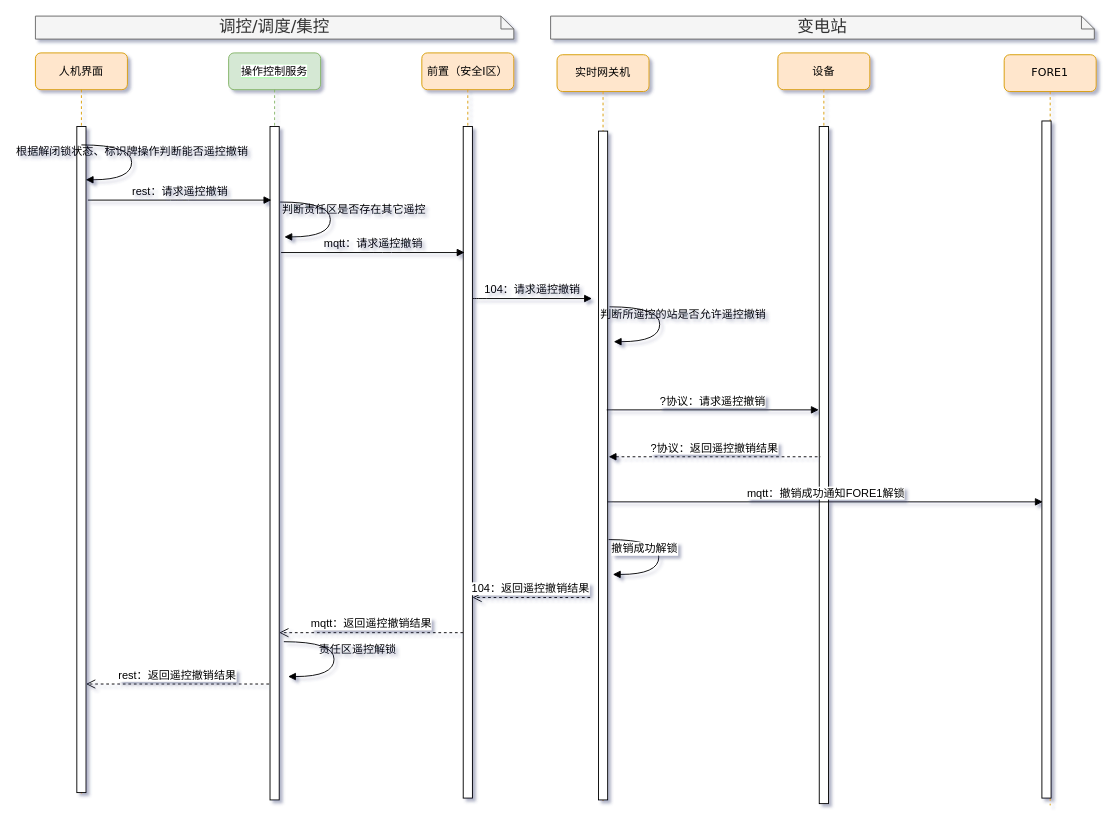
Earlier version of the draw.io diagram page "集控站遥控撤销" (4 of 8) of 操作与控制.drawio (qwe995272801/taowenxiang). Source tidied: cells renumbered, new cells numbered last; positions are measured from the earlier drawing's top-left corner, leaving out a move shared by most shapes. Both pictures are drawn from the tidied source at 92%, with x=0, y=0 at pixel (35, 16).
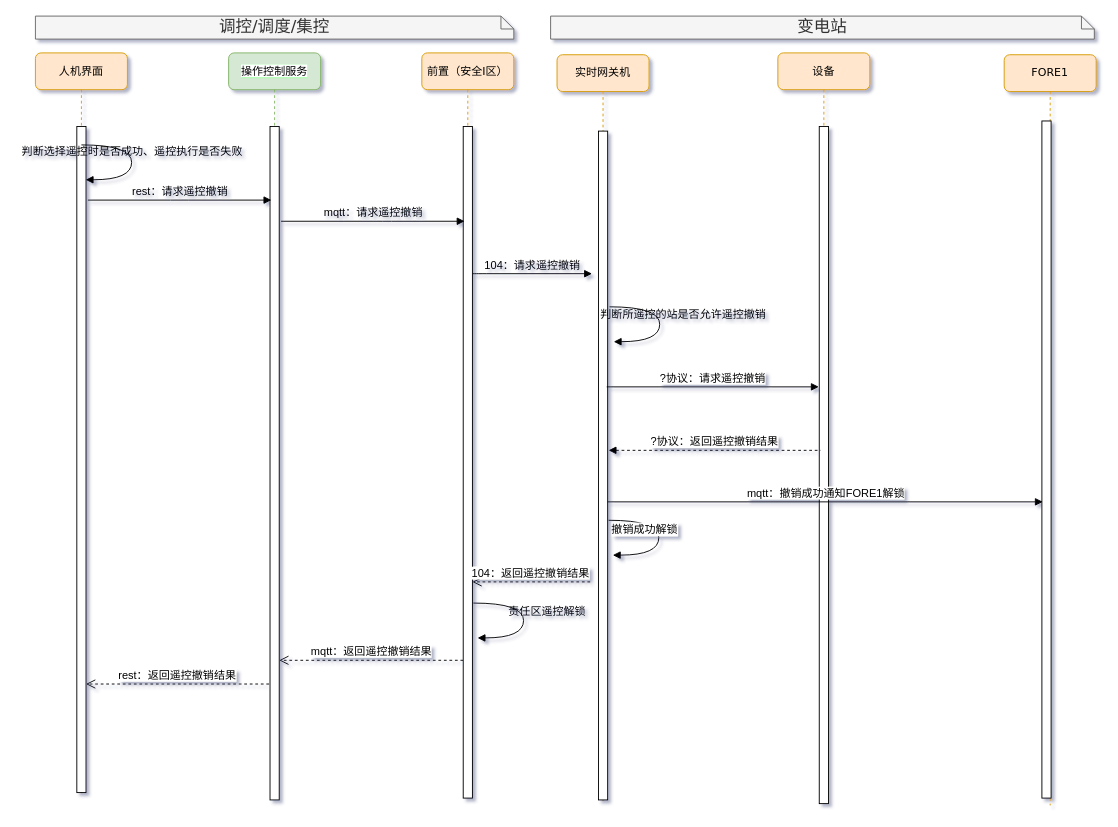
Above is the later version.

The change refers to these unchanged cells:
```xml
<mxCell id="2" value="&lt;span style=&quot;background-color: rgb(255 , 255 , 255)&quot;&gt;操作控制服务&lt;/span&gt;" style="shape=umlLifeline;perimeter=lifelinePerimeter;whiteSpace=wrap;html=1;rounded=1;shadow=0;comic=0;labelBackgroundColor=#99FF99;strokeWidth=1;fontFamily=Verdana;fontSize=12;align=center;fillColor=#d5e8d4;strokeColor=#82b366;" parent="1" vertex="1">
  <mxGeometry x="210" y="40" width="100" height="812" as="geometry" />
</mxCell>
```

Diff of the diagram source:
```diff
@@
     <mxCell id="4" value="mqtt：返回遥控撤销结果" style="html=1;verticalAlign=bottom;endArrow=open;dashed=1;endSize=8;fontFamily=Helvetica;entryX=1;entryY=0.81;entryDx=0;entryDy=0;entryPerimeter=0;fontSize=12;" parent="2" edge="1">
       <mxGeometry relative="1" as="geometry">
-        <mxPoint x="255" y="630.2" as="sourcePoint" />
-        <mxPoint x="55" y="630.2" as="targetPoint" />
+        <mxPoint x="255" y="660.2" as="sourcePoint" />
+        <mxPoint x="55" y="660.2" as="targetPoint" />
       </mxGeometry>
     </mxCell>
@@
     <mxCell id="9" value="104：请求遥控撤销" style="html=1;verticalAlign=bottom;endArrow=block;labelBackgroundColor=none;fontFamily=Helvetica;fontSize=12;edgeStyle=elbowEdgeStyle;elbow=vertical;" parent="1" edge="1">
       <mxGeometry relative="1" as="geometry">
-        <mxPoint x="475" y="307" as="sourcePoint" />
-        <mxPoint x="605" y="307" as="targetPoint" />
+        <mxPoint x="475" y="280" as="sourcePoint" />
+        <mxPoint x="605" y="280" as="targetPoint" />
         <Array as="points">
-          <mxPoint x="480" y="307" />
+          <mxPoint x="480" y="280" />
         </Array>
       </mxGeometry>
     </mxCell>
@@
     <mxCell id="14" value="104：返回遥控撤销结果" style="html=1;verticalAlign=bottom;endArrow=open;dashed=1;endSize=8;fontFamily=Helvetica;entryX=1.2;entryY=0.9;entryDx=0;entryDy=0;entryPerimeter=0;fontSize=12;" parent="1" edge="1">
       <mxGeometry x="0.02" relative="1" as="geometry">
-        <mxPoint x="603" y="632" as="sourcePoint" />
-        <mxPoint x="475" y="632" as="targetPoint" />
+        <mxPoint x="603" y="615" as="sourcePoint" />
+        <mxPoint x="475" y="615" as="targetPoint" />
       </mxGeometry>
     </mxCell>
     <mxCell id="15" value="mqtt：请求遥控撤销" style="html=1;verticalAlign=bottom;endArrow=block;labelBackgroundColor=none;fontFamily=Helvetica;fontSize=12;edgeStyle=elbowEdgeStyle;elbow=vertical;" parent="1" edge="1">
       <mxGeometry relative="1" as="geometry">
-        <mxPoint x="267" y="257" as="sourcePoint" />
-        <mxPoint x="466.5" y="257" as="targetPoint" />
+        <mxPoint x="267" y="223" as="sourcePoint" />
+        <mxPoint x="466.5" y="223" as="targetPoint" />
         <Array as="points">
-          <mxPoint x="377" y="257" />
-          <mxPoint x="217" y="307" />
-          <mxPoint x="207" y="307" />
+          <mxPoint x="377" y="223" />
+          <mxPoint x="217" y="273" />
+          <mxPoint x="207" y="273" />
         </Array>
       </mxGeometry>
     </mxCell>
-    <mxCell id="16" value="根据解闭锁状态、标识牌操作判断能否遥控撤销" style="html=1;verticalAlign=bottom;endArrow=block;labelBackgroundColor=none;fontFamily=Verdana;fontSize=12;elbow=vertical;edgeStyle=orthogonalEdgeStyle;curved=1;entryX=1;entryY=0.286;entryPerimeter=0;exitX=1.038;exitY=0.345;exitPerimeter=0;" parent="1" edge="1">
+    <mxCell id="16" value="判断选择遥控时是否成功、遥控执行是否失败" style="html=1;verticalAlign=bottom;endArrow=block;labelBackgroundColor=none;fontFamily=Verdana;fontSize=12;elbow=vertical;edgeStyle=orthogonalEdgeStyle;curved=1;entryX=1;entryY=0.286;entryPerimeter=0;exitX=1.038;exitY=0.345;exitPerimeter=0;" parent="1" edge="1">
       <mxGeometry relative="1" as="geometry">
         <mxPoint x="50" y="140" as="sourcePoint" />
         <mxPoint x="54.6" y="177.9" as="targetPoint" />
         <Array as="points">
           <mxPoint x="104.6" y="139.9" />
           <mxPoint x="104.6" y="177.9" />
         </Array>
       </mxGeometry>
     </mxCell>
-    <mxCell id="17" value="判断责任区是否存在其它遥控" style="html=1;verticalAlign=bottom;endArrow=block;labelBackgroundColor=none;fontFamily=Verdana;fontSize=12;elbow=vertical;edgeStyle=orthogonalEdgeStyle;curved=1;entryX=1;entryY=0.286;entryPerimeter=0;exitX=1.038;exitY=0.345;exitPerimeter=0;" parent="1" edge="1">
-      <mxGeometry x="0.02" y="25" relative="1" as="geometry">
-        <mxPoint x="266" y="202.1" as="sourcePoint" />
-        <mxPoint x="270.6" y="240" as="targetPoint" />
-        <Array as="points">
-          <mxPoint x="320.6" y="202" />
-          <mxPoint x="320.6" y="240" />
-        </Array>
-      </mxGeometry>
-    </mxCell>
     <mxCell id="18" value="责任区遥控解锁" style="html=1;verticalAlign=bottom;endArrow=block;labelBackgroundColor=none;fontFamily=Verdana;fontSize=12;elbow=vertical;edgeStyle=orthogonalEdgeStyle;curved=1;entryX=1;entryY=0.286;entryPerimeter=0;exitX=1.038;exitY=0.345;exitPerimeter=0;" parent="1" edge="1">
       <mxGeometry x="0.02" y="25" relative="1" as="geometry">
-        <mxPoint x="270" y="680" as="sourcePoint" />
-        <mxPoint x="274.6" y="717.9" as="targetPoint" />
+        <mxPoint x="476" y="638" as="sourcePoint" />
+        <mxPoint x="480.6" y="675.9" as="targetPoint" />
         <Array as="points">
-          <mxPoint x="324.6" y="679.9" />
-          <mxPoint x="324.6" y="717.9" />
+          <mxPoint x="530.6" y="637.9" />
+          <mxPoint x="530.6" y="675.9" />
         </Array>
       </mxGeometry>
     </mxCell>
@@
     <mxCell id="21" value="?协议：请求遥控撤销" style="html=1;verticalAlign=bottom;endArrow=block;fontFamily=Helvetica;fontSize=12;" parent="1" edge="1">
       <mxGeometry relative="1" as="geometry">
-        <mxPoint x="621" y="428" as="sourcePoint" />
-        <mxPoint x="851.5" y="428" as="targetPoint" />
+        <mxPoint x="621" y="403" as="sourcePoint" />
+        <mxPoint x="851.5" y="403" as="targetPoint" />
       </mxGeometry>
     </mxCell>
@@
     <mxCell id="25" style="html=1;verticalAlign=bottom;endArrow=block;labelBackgroundColor=none;fontFamily=Verdana;fontSize=12;elbow=vertical;edgeStyle=orthogonalEdgeStyle;curved=1;entryX=1;entryY=0.286;entryPerimeter=0;exitX=1.038;exitY=0.345;exitPerimeter=0;" parent="1" edge="1">
       <mxGeometry x="0.02" y="25" relative="1" as="geometry">
-        <mxPoint x="623" y="569" as="sourcePoint" />
-        <mxPoint x="627.6" y="606.9" as="targetPoint" />
+        <mxPoint x="623" y="548" as="sourcePoint" />
+        <mxPoint x="627.6" y="585.9" as="targetPoint" />
         <Array as="points">
-          <mxPoint x="677.6" y="568.9" />
-          <mxPoint x="677.6" y="606.9" />
+          <mxPoint x="677.6" y="547.9" />
+          <mxPoint x="677.6" y="585.9" />
         </Array>
       </mxGeometry>
     </mxCell>
@@
     <mxCell id="27" value="&lt;div&gt;?协议：返回遥控撤销结果&lt;/div&gt;" style="html=1;verticalAlign=bottom;endArrow=none;fontFamily=Helvetica;fontSize=12;dashed=1;startArrow=block;startFill=1;endFill=0;" parent="1" edge="1">
       <mxGeometry relative="1" as="geometry">
-        <mxPoint x="623" y="479" as="sourcePoint" />
-        <mxPoint x="853.5" y="479" as="targetPoint" />
+        <mxPoint x="623" y="472" as="sourcePoint" />
+        <mxPoint x="853.5" y="472" as="targetPoint" />
       </mxGeometry>
     </mxCell>
```
